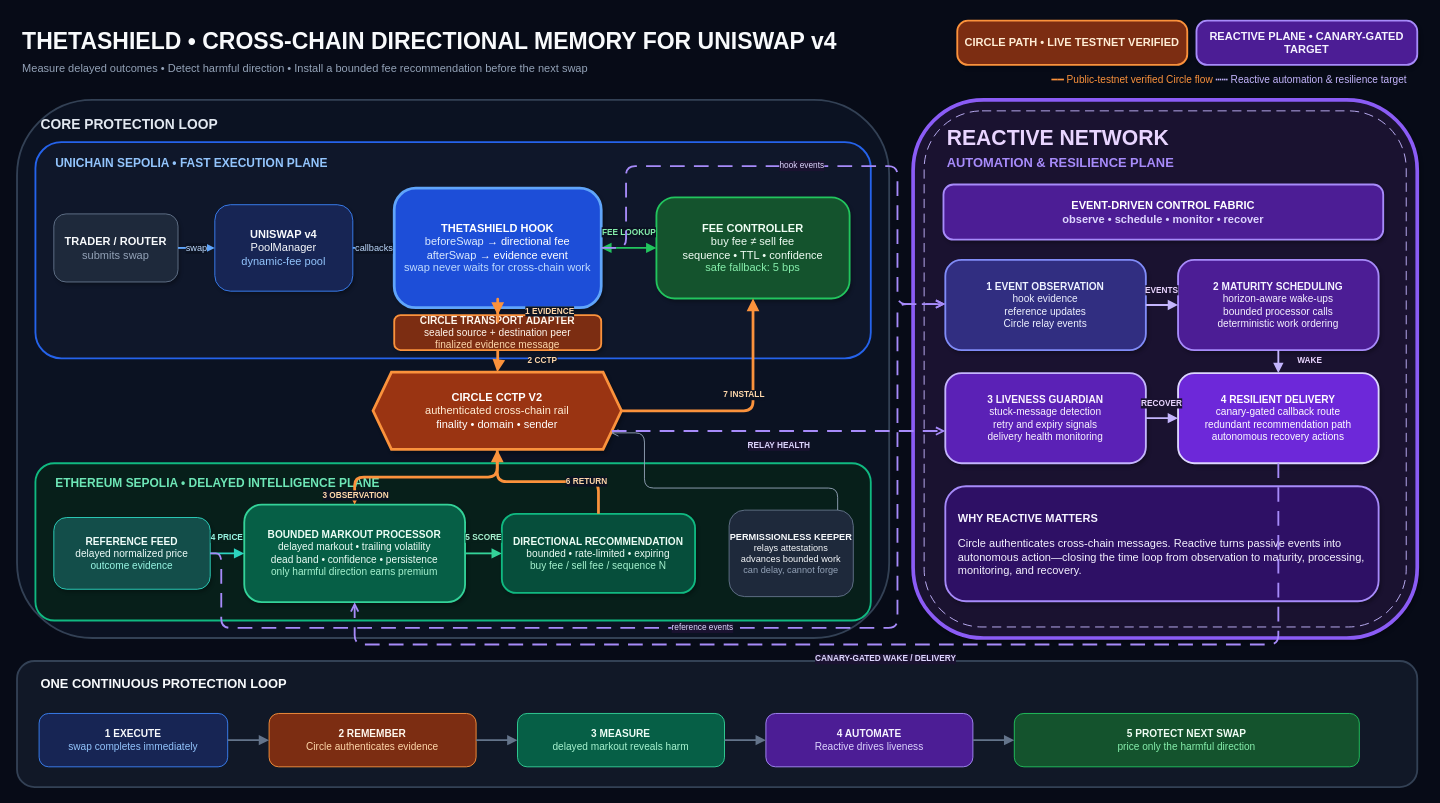
Before: docs/THETASHIELD_VIDEO_ARCHITECTURE.drawio in kaustubh76/ThetaShield, a draw.io diagram. Source tidied: cells renumbered, new cells numbered last; positions are measured from the earlier drawing's top-left corner, leaving out a move shared by most shapes. Both pictures are drawn from the tidied source at 92%, with x=0, y=0 at pixel (17, 20).
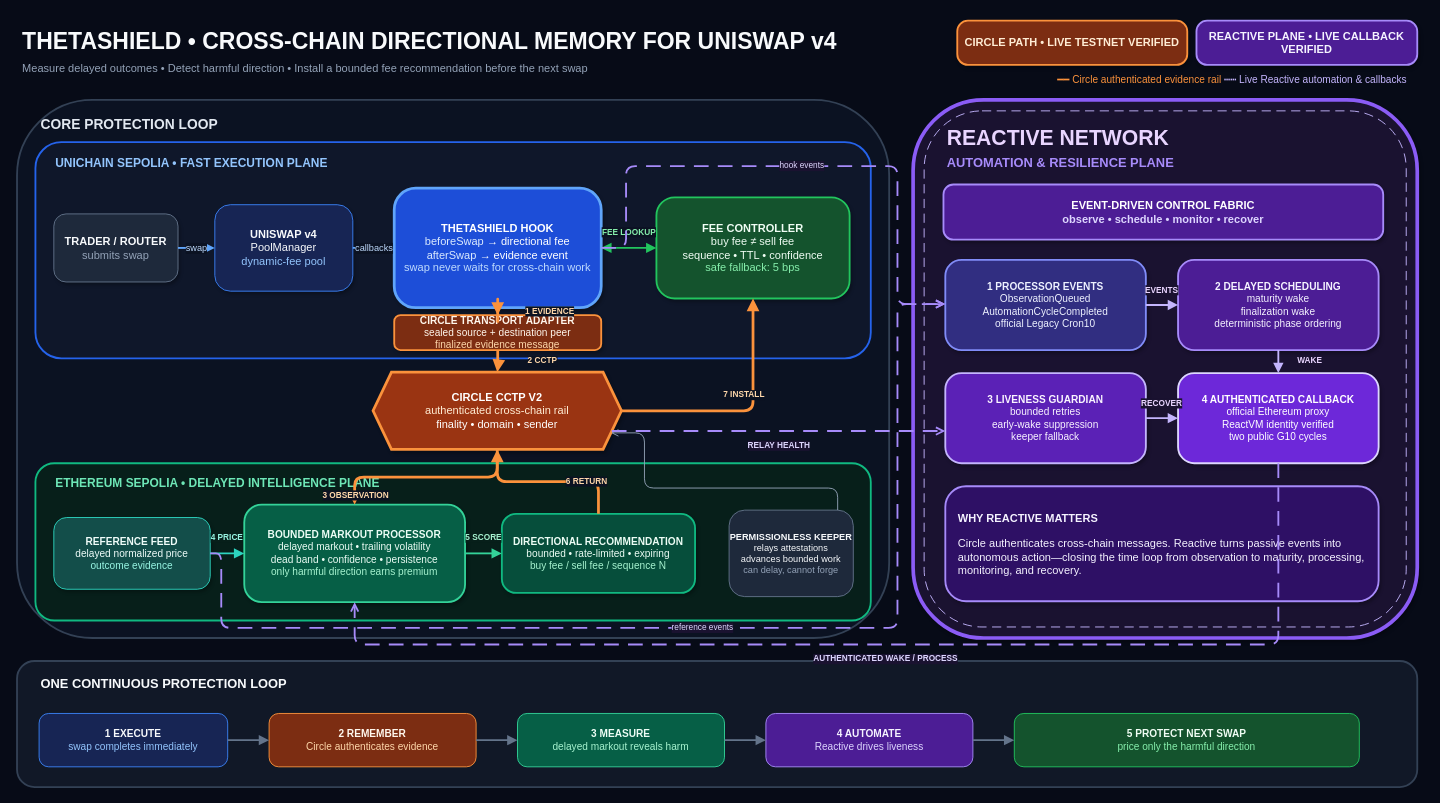
Above is the later version.

Unchanged cells that the change refers to:
```xml
<mxCell id="20" value="&lt;b&gt;BOUNDED MARKOUT PROCESSOR&lt;/b&gt;&lt;br&gt;delayed markout • trailing volatility&lt;br&gt;dead band • confidence • persistence&lt;br&gt;&lt;font color=&quot;#A7F3D0&quot;&gt;only harmful direction earns premium&lt;/font&gt;" style="rounded=1;whiteSpace=wrap;html=1;fillColor=#065F46;strokeColor=#34D399;strokeWidth=2;fontColor=#ECFDF5;fontSize=11;align=center;verticalAlign=middle;arcSize=18;shadow=1;" parent="1" vertex="1">
  <mxGeometry x="247" y="526" width="240" height="106" as="geometry" />
</mxCell>
```

What changed in the source:
```diff
@@
-    <mxCell id="5" value="REACTIVE PLANE  •  CANARY-GATED TARGET" style="rounded=1;whiteSpace=wrap;html=1;fillColor=#4C1D95;strokeColor=#A78BFA;strokeWidth=2;fontColor=#F5F3FF;fontSize=12;fontStyle=1;align=center;verticalAlign=middle;arcSize=24;shadow=1;" parent="1" vertex="1">
+    <mxCell id="5" value="REACTIVE PLANE  •  LIVE CALLBACK VERIFIED" style="rounded=1;whiteSpace=wrap;html=1;fillColor=#4C1D95;strokeColor=#A78BFA;strokeWidth=2;fontColor=#F5F3FF;fontSize=12;fontStyle=1;align=center;verticalAlign=middle;arcSize=24;shadow=1;" parent="1" vertex="1">
       <mxGeometry x="1282" width="240" height="48" as="geometry" />
     </mxCell>
-    <mxCell id="6" value="&lt;font color=&quot;#FB923C&quot;&gt;━━  Public-testnet verified Circle flow&lt;/font&gt;     &lt;font color=&quot;#C4B5FD&quot;&gt;┅┅  Reactive automation &amp;amp; resilience target&lt;/font&gt;" style="text;html=1;strokeColor=none;fillColor=none;align=right;verticalAlign=middle;fontColor=#CBD5E1;fontSize=11;" parent="1" vertex="1">
+    <mxCell id="6" value="&lt;font color=&quot;#FB923C&quot;&gt;━━  Circle authenticated evidence rail&lt;/font&gt;     &lt;font color=&quot;#C4B5FD&quot;&gt;┅┅  Live Reactive automation &amp;amp; callbacks&lt;/font&gt;" style="text;html=1;strokeColor=none;fillColor=none;align=right;verticalAlign=middle;fontColor=#CBD5E1;fontSize=11;" parent="1" vertex="1">
       <mxGeometry x="862" y="53" width="650" height="22" as="geometry" />
     </mxCell>
@@
-    <mxCell id="28" value="&lt;b&gt;1  EVENT OBSERVATION&lt;/b&gt;&lt;br&gt;hook evidence&lt;br&gt;reference updates&lt;br&gt;Circle relay events" style="rounded=1;whiteSpace=wrap;html=1;fillColor=#312E81;strokeColor=#818CF8;strokeWidth=2;fontColor=#EEF2FF;fontSize=11;align=center;verticalAlign=middle;arcSize=18;shadow=1;" parent="1" vertex="1">
+    <mxCell id="28" value="&lt;b&gt;1  PROCESSOR EVENTS&lt;/b&gt;&lt;br&gt;ObservationQueued&lt;br&gt;AutomationCycleCompleted&lt;br&gt;official Legacy Cron10" style="rounded=1;whiteSpace=wrap;html=1;fillColor=#312E81;strokeColor=#818CF8;strokeWidth=2;fontColor=#EEF2FF;fontSize=11;align=center;verticalAlign=middle;arcSize=18;shadow=1;" parent="1" vertex="1">
       <mxGeometry x="1009" y="260" width="218" height="98" as="geometry" />
     </mxCell>
-    <mxCell id="29" value="&lt;b&gt;2  MATURITY SCHEDULING&lt;/b&gt;&lt;br&gt;horizon-aware wake-ups&lt;br&gt;bounded processor calls&lt;br&gt;deterministic work ordering" style="rounded=1;whiteSpace=wrap;html=1;fillColor=#4C1D95;strokeColor=#A78BFA;strokeWidth=2;fontColor=#F5F3FF;fontSize=11;align=center;verticalAlign=middle;arcSize=18;shadow=1;" parent="1" vertex="1">
+    <mxCell id="29" value="&lt;b&gt;2  DELAYED SCHEDULING&lt;/b&gt;&lt;br&gt;maturity wake&lt;br&gt;finalization wake&lt;br&gt;deterministic phase ordering" style="rounded=1;whiteSpace=wrap;html=1;fillColor=#4C1D95;strokeColor=#A78BFA;strokeWidth=2;fontColor=#F5F3FF;fontSize=11;align=center;verticalAlign=middle;arcSize=18;shadow=1;" parent="1" vertex="1">
       <mxGeometry x="1262" y="260" width="218" height="98" as="geometry" />
     </mxCell>
-    <mxCell id="30" value="&lt;b&gt;3  LIVENESS GUARDIAN&lt;/b&gt;&lt;br&gt;stuck-message detection&lt;br&gt;retry and expiry signals&lt;br&gt;delivery health monitoring" style="rounded=1;whiteSpace=wrap;html=1;fillColor=#5B21B6;strokeColor=#C4B5FD;strokeWidth=2;fontColor=#FAF5FF;fontSize=11;align=center;verticalAlign=middle;arcSize=18;shadow=1;" parent="1" vertex="1">
+    <mxCell id="30" value="&lt;b&gt;3  LIVENESS GUARDIAN&lt;/b&gt;&lt;br&gt;bounded retries&lt;br&gt;early-wake suppression&lt;br&gt;keeper fallback" style="rounded=1;whiteSpace=wrap;html=1;fillColor=#5B21B6;strokeColor=#C4B5FD;strokeWidth=2;fontColor=#FAF5FF;fontSize=11;align=center;verticalAlign=middle;arcSize=18;shadow=1;" parent="1" vertex="1">
       <mxGeometry x="1009" y="383" width="218" height="98" as="geometry" />
     </mxCell>
-    <mxCell id="31" value="&lt;b&gt;4  RESILIENT DELIVERY&lt;/b&gt;&lt;br&gt;canary-gated callback route&lt;br&gt;redundant recommendation path&lt;br&gt;autonomous recovery actions" style="rounded=1;whiteSpace=wrap;html=1;fillColor=#6D28D9;strokeColor=#DDD6FE;strokeWidth=2;fontColor=#FFFFFF;fontSize=11;align=center;verticalAlign=middle;arcSize=18;shadow=1;" parent="1" vertex="1">
+    <mxCell id="31" value="&lt;b&gt;4  AUTHENTICATED CALLBACK&lt;/b&gt;&lt;br&gt;official Ethereum proxy&lt;br&gt;ReactVM identity verified&lt;br&gt;two public G10 cycles" style="rounded=1;whiteSpace=wrap;html=1;fillColor=#6D28D9;strokeColor=#DDD6FE;strokeWidth=2;fontColor=#FFFFFF;fontSize=11;align=center;verticalAlign=middle;arcSize=18;shadow=1;" parent="1" vertex="1">
       <mxGeometry x="1262" y="383" width="218" height="98" as="geometry" />
     </mxCell>
@@
-    <mxCell id="57" value="CANARY-GATED WAKE / DELIVERY" style="edgeStyle=orthogonalEdgeStyle;rounded=1;jettySize=auto;html=1;strokeColor=#A78BFA;strokeWidth=2;fontColor=#DDD6FE;fontSize=9;fontStyle=1;labelBackgroundColor=#1A1230;endArrow=open;endFill=0;dashed=1;dashPattern=8 5;" parent="1" edge="1" source="31" target="20">
+    <mxCell id="57" value="AUTHENTICATED WAKE / PROCESS" style="edgeStyle=orthogonalEdgeStyle;rounded=1;jettySize=auto;html=1;strokeColor=#A78BFA;strokeWidth=2;fontColor=#DDD6FE;fontSize=9;fontStyle=1;labelBackgroundColor=#1A1230;endArrow=open;endFill=0;dashed=1;dashPattern=8 5;" parent="1" edge="1" source="31" target="20">
       <mxGeometry relative="1" as="geometry">
         <Array as="points">
           <mxPoint x="962" y="678" />
           <mxPoint x="512" y="678" />
         </Array>
         <mxPoint y="16" as="offset" />
       </mxGeometry>
     </mxCell>
```
